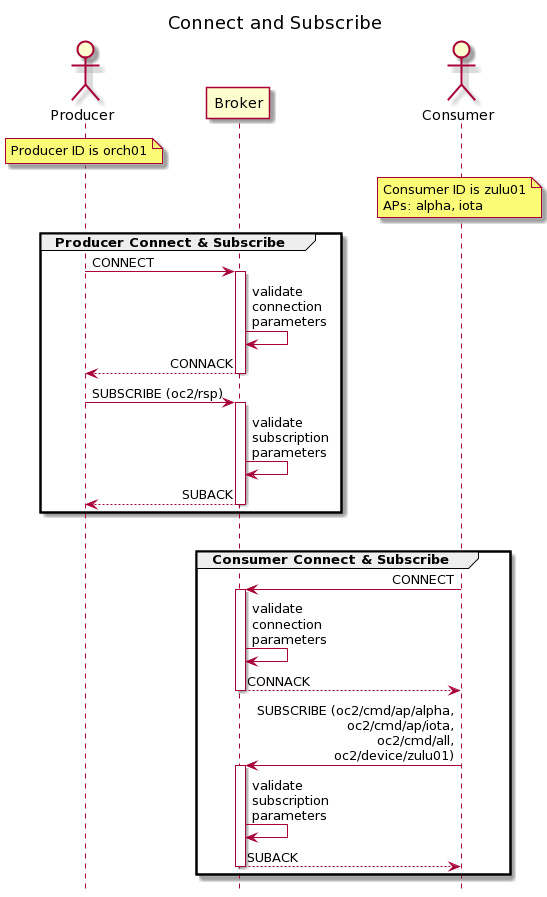
Before: images/a1-con_sub.png, a diagram exported from PlantUML (oasis-tcs/openc2-transf-mqtt).
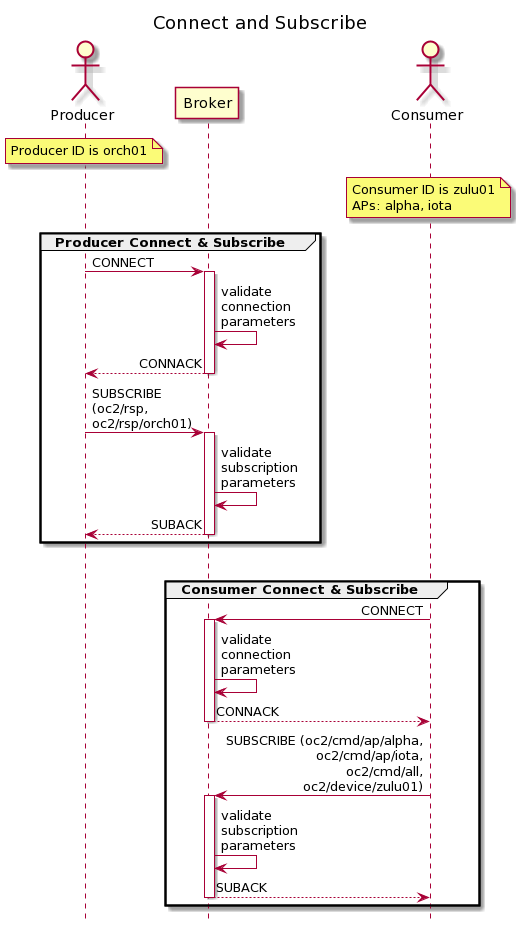
Above is the later version.

The edit, as a diff of the source:
```diff
@@ -14,12 +14,14 @@
 activate B
 B -> B : validate\nconnection\nparameters
 return CONNACK
-P -> B : SUBSCRIBE (oc2/rsp)
+P -> B : SUBSCRIBE\n(oc2/rsp,\noc2/rsp/orch01)
 activate B
 B -> B : validate\nsubscription\nparameters
 return SUBACK
 end
+
 |||
+
 group Consumer Connect & Subscribe
 C -> B : CONNECT
 activate B
```
